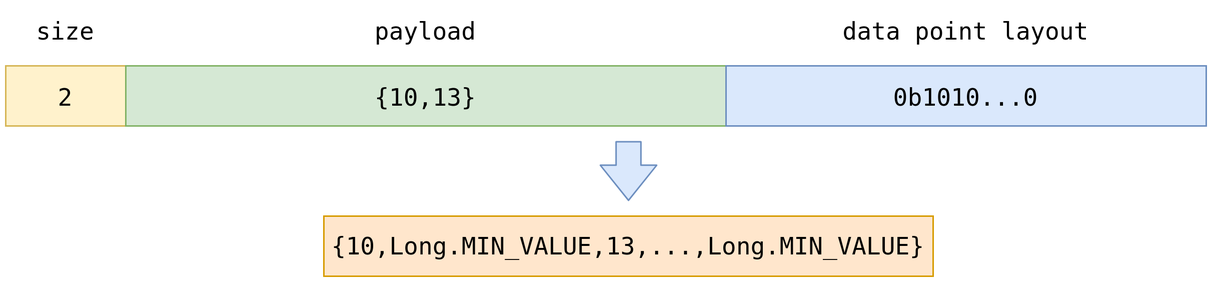
Earlier version of the draw.io export 2020-en-embedded-time-series-storage/slides/images/compressed-values-sample.png (puzpuzpuz/talks). Source tidied: cells renumbered, new cells last; positions are measured from the earlier drawing's top-left corner, leaving out a move shared by most shapes. Its diagram source:
```xml
<mxGraphModel>
  <root>
    <mxCell id="0" />
    <mxCell id="1" parent="0" />
    <mxCell id="2" value="&lt;div style=&quot;font-family: &amp;#34;droid sans mono&amp;#34; , monospace , monospace , &amp;#34;droid sans fallback&amp;#34; ; font-weight: normal ; font-size: 16px ; line-height: 22px&quot;&gt;&lt;div&gt;&lt;span&gt;size&lt;/span&gt;&lt;/div&gt;&lt;/div&gt;" style="text;whiteSpace=wrap;html=1;align=center;" parent="1" vertex="1">
      <mxGeometry width="80" height="40" as="geometry" />
    </mxCell>
    <mxCell id="3" value="&lt;div style=&quot;font-family: &amp;#34;droid sans mono&amp;#34; , monospace , monospace , &amp;#34;droid sans fallback&amp;#34; ; font-weight: normal ; font-size: 16px ; line-height: 22px&quot;&gt;&lt;div&gt;&lt;span&gt;payload&lt;/span&gt;&lt;/div&gt;&lt;/div&gt;" style="text;whiteSpace=wrap;html=1;align=center;" parent="1" vertex="1">
      <mxGeometry x="80" width="400" height="40" as="geometry" />
    </mxCell>
    <mxCell id="4" value="&lt;div style=&quot;line-height: 22px&quot;&gt;&lt;font face=&quot;droid sans mono, monospace, monospace, droid sans fallback&quot;&gt;&lt;span style=&quot;font-size: 16px&quot;&gt;data point layout&lt;/span&gt;&lt;/font&gt;&lt;br&gt;&lt;/div&gt;" style="text;whiteSpace=wrap;html=1;align=center;" parent="1" vertex="1">
      <mxGeometry x="480" width="320" height="40" as="geometry" />
    </mxCell>
    <mxCell id="5" style="rounded=0;whiteSpace=wrap;html=1;fillColor=#fff2cc;fontSize=12;align=center;strokeColor=#d6b656;" parent="1" vertex="1">
      <mxGeometry y="40" width="80" height="40" as="geometry" />
    </mxCell>
    <mxCell id="6" style="rounded=0;whiteSpace=wrap;html=1;fillColor=#d5e8d4;fontSize=10;align=center;strokeColor=#82b366;" parent="1" vertex="1">
      <mxGeometry x="80" y="40" width="400" height="40" as="geometry" />
    </mxCell>
    <mxCell id="7" style="rounded=0;whiteSpace=wrap;html=1;fillColor=#dae8fc;fontSize=10;align=center;strokeColor=#6c8ebf;" parent="1" vertex="1">
      <mxGeometry x="480" y="40" width="320" height="40" as="geometry" />
    </mxCell>
    <mxCell id="8" value="&lt;div style=&quot;font-family: &amp;#34;droid sans mono&amp;#34; , monospace , monospace , &amp;#34;droid sans fallback&amp;#34; ; font-weight: normal ; font-size: 16px ; line-height: 22px&quot;&gt;&lt;div&gt;&lt;span&gt;2&lt;/span&gt;&lt;/div&gt;&lt;/div&gt;" style="text;whiteSpace=wrap;html=1;align=center;spacingTop=4;" parent="1" vertex="1">
      <mxGeometry y="40" width="80" height="40" as="geometry" />
    </mxCell>
    <mxCell id="9" value="&lt;div style=&quot;font-family: &amp;#34;droid sans mono&amp;#34; , monospace , monospace , &amp;#34;droid sans fallback&amp;#34; ; font-weight: normal ; font-size: 16px ; line-height: 22px&quot;&gt;&lt;div&gt;&lt;span&gt;{10,13}&lt;/span&gt;&lt;/div&gt;&lt;/div&gt;" style="text;whiteSpace=wrap;html=1;align=center;spacingTop=4;" parent="1" vertex="1">
      <mxGeometry x="80" y="40" width="400" height="40" as="geometry" />
    </mxCell>
    <mxCell id="10" value="&lt;div style=&quot;line-height: 22px&quot;&gt;&lt;font face=&quot;droid sans mono, monospace, monospace, droid sans fallback&quot;&gt;&lt;span style=&quot;font-size: 16px&quot;&gt;0b1010...0&lt;/span&gt;&lt;/font&gt;&lt;br&gt;&lt;/div&gt;" style="text;whiteSpace=wrap;html=1;align=center;spacingTop=4;" parent="1" vertex="1">
      <mxGeometry x="480" y="40" width="320" height="40" as="geometry" />
    </mxCell>
    <mxCell id="11" value="&lt;font face=&quot;droid sans mono, monospace, monospace, droid sans fallback&quot;&gt;&lt;span style=&quot;font-size: 16px&quot;&gt;{10,Long.MIN_VALUE,13,...,&lt;/span&gt;&lt;/font&gt;&lt;span style=&quot;font-family: &amp;#34;droid sans mono&amp;#34; , monospace , monospace , &amp;#34;droid sans fallback&amp;#34; ; font-size: 16px&quot;&gt;Long.MIN_VALUE}&lt;/span&gt;" style="text;align=center;fillColor=#ffe6cc;strokeColor=#d79b00;verticalAlign=middle;whiteSpace=wrap;html=1;fontSize=12;" parent="1" vertex="1">
      <mxGeometry x="212" y="140" width="406" height="40" as="geometry" />
    </mxCell>
    <mxCell id="12" style="shape=flexArrow;endArrow=classic;html=1;fillColor=#dae8fc;strokeColor=#6c8ebf;width=16.551724137931036;endSize=7.462068965517242;" parent="1" edge="1">
      <mxGeometry relative="1" as="geometry">
        <mxPoint x="415" y="90" as="sourcePoint" />
        <mxPoint x="415" y="130" as="targetPoint" />
      </mxGeometry>
    </mxCell>
  </root>
</mxGraphModel>
```
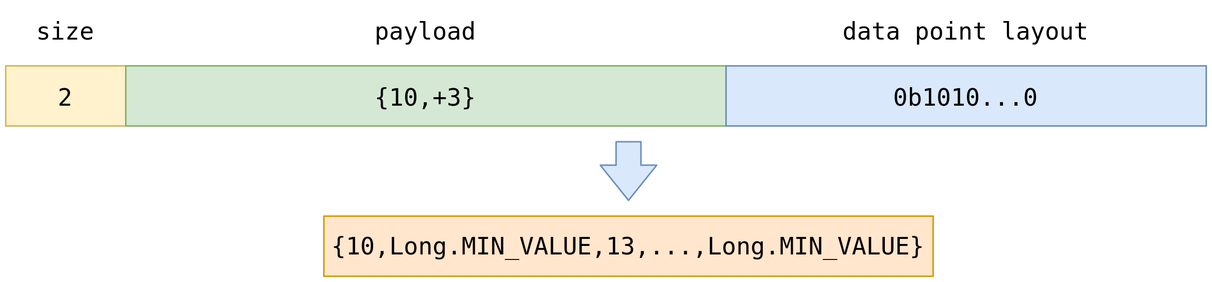
Above is the later version.

Diff of the diagram source:
```diff
@@ -23,7 +23,7 @@
     <mxCell id="8" value="&lt;div style=&quot;font-family: &amp;#34;droid sans mono&amp;#34; , monospace , monospace , &amp;#34;droid sans fallback&amp;#34; ; font-weight: normal ; font-size: 16px ; line-height: 22px&quot;&gt;&lt;div&gt;&lt;span&gt;2&lt;/span&gt;&lt;/div&gt;&lt;/div&gt;" style="text;whiteSpace=wrap;html=1;align=center;spacingTop=4;" parent="1" vertex="1">
       <mxGeometry y="40" width="80" height="40" as="geometry" />
     </mxCell>
-    <mxCell id="9" value="&lt;div style=&quot;font-family: &amp;#34;droid sans mono&amp;#34; , monospace , monospace , &amp;#34;droid sans fallback&amp;#34; ; font-weight: normal ; font-size: 16px ; line-height: 22px&quot;&gt;&lt;div&gt;&lt;span&gt;{10,13}&lt;/span&gt;&lt;/div&gt;&lt;/div&gt;" style="text;whiteSpace=wrap;html=1;align=center;spacingTop=4;" parent="1" vertex="1">
+    <mxCell id="9" value="&lt;div style=&quot;font-family: &amp;#34;droid sans mono&amp;#34; , monospace , monospace , &amp;#34;droid sans fallback&amp;#34; ; font-weight: normal ; font-size: 16px ; line-height: 22px&quot;&gt;&lt;div&gt;&lt;span&gt;{10,+3}&lt;/span&gt;&lt;/div&gt;&lt;/div&gt;" style="text;whiteSpace=wrap;html=1;align=center;spacingTop=4;" parent="1" vertex="1">
       <mxGeometry x="80" y="40" width="400" height="40" as="geometry" />
     </mxCell>
     <mxCell id="10" value="&lt;div style=&quot;line-height: 22px&quot;&gt;&lt;font face=&quot;droid sans mono, monospace, monospace, droid sans fallback&quot;&gt;&lt;span style=&quot;font-size: 16px&quot;&gt;0b1010...0&lt;/span&gt;&lt;/font&gt;&lt;br&gt;&lt;/div&gt;" style="text;whiteSpace=wrap;html=1;align=center;spacingTop=4;" parent="1" vertex="1">
```
